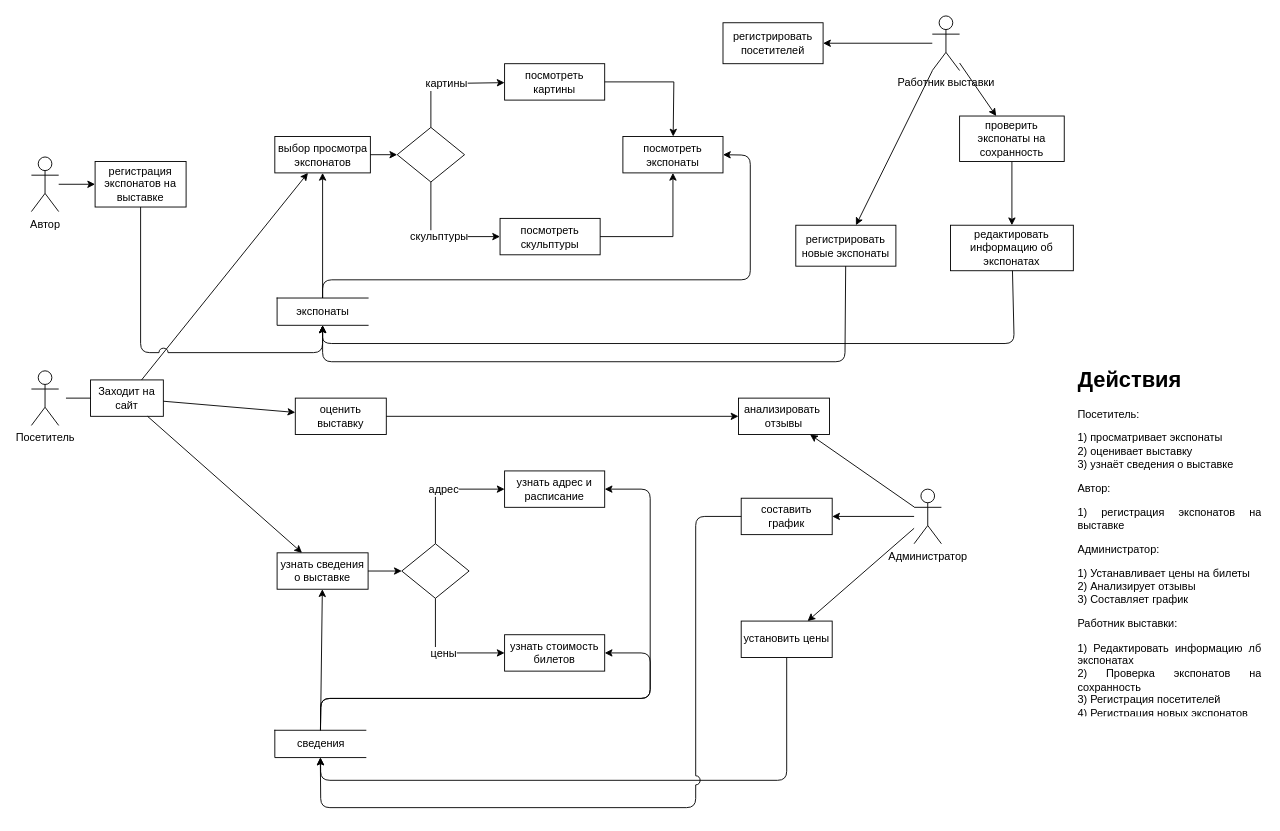
This is Diagrams/DFD_use-case.drawio from OlgaMats/-, a draw.io file, before an edit. Source tidied: cells renumbered, new cells numbered last; positions are measured from the earlier drawing's top-left corner, leaving out a move shared by most shapes. Both pictures are drawn from the tidied source at 91%, with x=0, y=0 at pixel (31, 15).
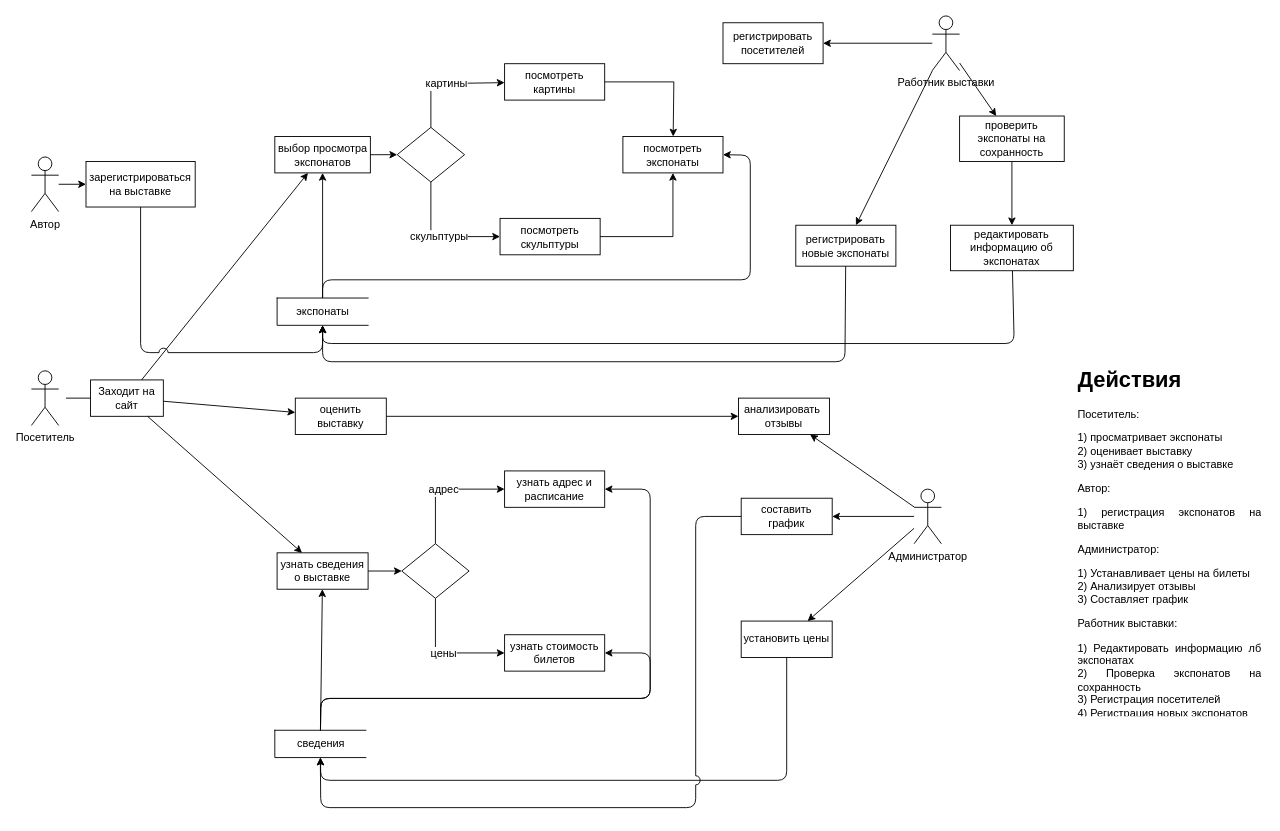
The same page after the edit.

Commit message:
DFD_use-case

What changed in the source:
```diff
@@
-    <mxCell id="33" value="регистрация экспонатов на выставке" style="rounded=0;whiteSpace=wrap;html=1;hachureGap=4;strokeWidth=1;" parent="1" vertex="1">
-      <mxGeometry x="70" y="160" width="100" height="50" as="geometry" />
+    <mxCell id="33" value="зарегистрироваться на выставке" style="rounded=0;whiteSpace=wrap;html=1;hachureGap=4;strokeWidth=1;" parent="1" vertex="1">
+      <mxGeometry x="60" y="160" width="120" height="50" as="geometry" />
     </mxCell>
```
